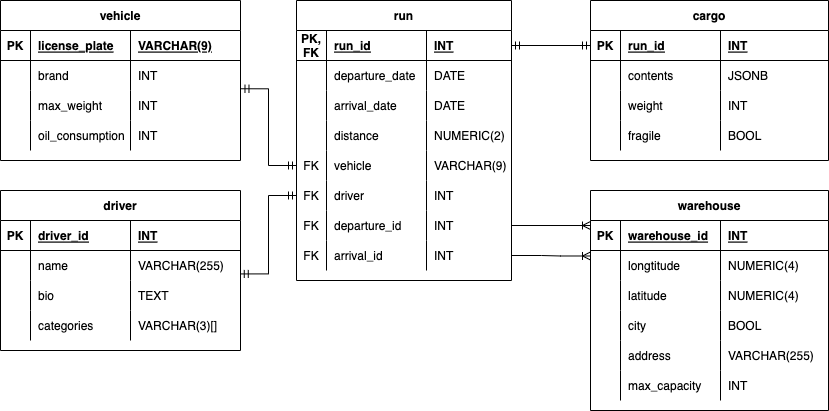
Before: images/DB_LW3.drawio.png, a diagram exported from draw.io (DaMagus26/LW3_database_generator). Source tidied: cells renumbered, new cells last; positions are measured from the earlier drawing's top-left corner, leaving out a move shared by most shapes.
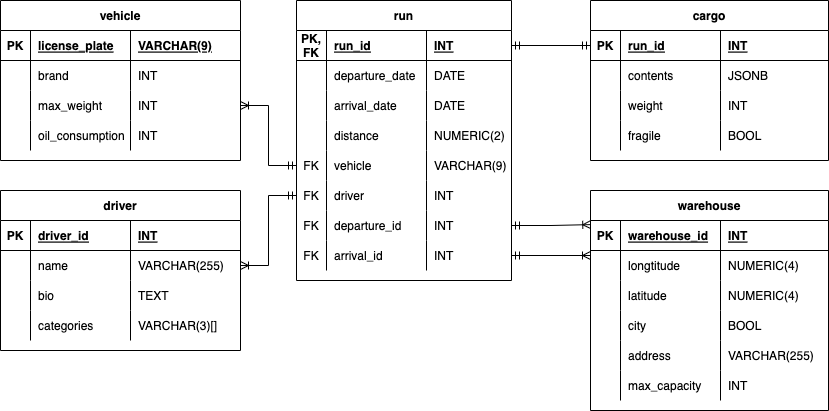
The same file after the commit.

What changed in the source:
```diff
@@ -329,23 +329,22 @@
     <mxCell id="110" value="INT" style="shape=partialRectangle;fillColor=none;top=0;left=0;bottom=0;right=0;align=left;spacingLeft=6;overflow=hidden;" parent="107" vertex="1">
       <mxGeometry x="130" width="108" height="30" as="geometry" />
     </mxCell>
+    <mxCell id="116" style="edgeStyle=orthogonalEdgeStyle;fontSize=12;html=1;endArrow=ERmandOne;startArrow=ERmandOne;rounded=0;exitX=1;exitY=0.5;exitDx=0;exitDy=0;entryX=0;entryY=0.5;entryDx=0;entryDy=0;" parent="1" edge="1" source="3" target="36">
+      <mxGeometry relative="1" as="geometry" />
+    </mxCell>
+    <mxCell id="117" style="edgeStyle=orthogonalEdgeStyle;fontSize=12;html=1;endArrow=ERoneToMany;startArrow=ERmandOne;rounded=0;entryX=1;entryY=0.5;entryDx=0;entryDy=0;exitX=0;exitY=0.5;exitDx=0;exitDy=0;" parent="1" edge="1" source="19" target="61">
+      <mxGeometry relative="1" as="geometry" />
+    </mxCell>
+    <mxCell id="118" style="edgeStyle=orthogonalEdgeStyle;fontSize=12;html=1;endArrow=ERoneToMany;startArrow=ERmandOne;rounded=0;entryX=1;entryY=0.5;entryDx=0;entryDy=0;exitX=0;exitY=0.5;exitDx=0;exitDy=0;" parent="1" edge="1" source="23" target="74">
+      <mxGeometry relative="1" as="geometry" />
+    </mxCell>
-    <mxCell id="111" style="edgeStyle=orthogonalEdgeStyle;fontSize=12;html=1;endArrow=ERoneToMany;rounded=0;exitX=1;exitY=0.5;exitDx=0;exitDy=0;entryX=0;entryY=0.167;entryDx=0;entryDy=0;entryPerimeter=0;curved=1;" parent="1" edge="1" source="27" target="87">
+    <mxCell id="111" style="edgeStyle=orthogonalEdgeStyle;fontSize=12;html=1;endArrow=ERoneToMany;startArrow=ERmandOne;rounded=0;entryX=0.001;entryY=0.137;entryDx=0;entryDy=0;exitX=1;exitY=0.5;exitDx=0;exitDy=0;entryPerimeter=0;" parent="1" edge="1" source="27" target="87">
       <mxGeometry relative="1" as="geometry" />
     </mxCell>
-    <mxCell id="112" style="edgeStyle=entityRelationEdgeStyle;fontSize=12;html=1;endArrow=ERoneToMany;rounded=0;exitX=1;exitY=0.5;exitDx=0;exitDy=0;entryX=0;entryY=0.183;entryDx=0;entryDy=0;entryPerimeter=0;" parent="1" edge="1" source="31" target="91">
-      <mxGeometry relative="1" as="geometry" />
-    </mxCell>
-    <mxCell id="113" style="edgeStyle=entityRelationEdgeStyle;fontSize=12;html=1;endArrow=ERmandOne;startArrow=ERmandOne;rounded=0;entryX=1;entryY=0.5;entryDx=0;entryDy=0;exitX=-0.003;exitY=1.065;exitDx=0;exitDy=0;exitPerimeter=0;" parent="1" edge="1" source="40" target="x">
-      <mxGeometry relative="1" as="geometry" />
-    </mxCell>
-    <mxCell id="114" style="edgeStyle=orthogonalEdgeStyle;fontSize=12;html=1;endArrow=ERmandOne;startArrow=ERmandOne;rounded=0;entryX=0;entryY=0.5;entryDx=0;entryDy=0;exitX=1.002;exitY=0.942;exitDx=0;exitDy=0;exitPerimeter=0;" parent="1" edge="1" source="57" target="19">
-      <mxGeometry relative="1" as="geometry" />
-    </mxCell>
-    <mxCell id="115" style="edgeStyle=orthogonalEdgeStyle;fontSize=12;html=1;endArrow=ERmandOne;startArrow=ERmandOne;rounded=0;entryX=0;entryY=0.5;entryDx=0;entryDy=0;exitX=0.999;exitY=0.781;exitDx=0;exitDy=0;exitPerimeter=0;" parent="1" edge="1" source="74" target="23">
-      <mxGeometry relative="1" as="geometry" />
-    </mxCell>
-    <mxCell id="116" style="edgeStyle=orthogonalEdgeStyle;fontSize=12;html=1;endArrow=ERmandOne;startArrow=ERmandOne;rounded=0;exitX=1;exitY=0.5;exitDx=0;exitDy=0;entryX=0;entryY=0.5;entryDx=0;entryDy=0;" parent="1" edge="1" source="3" target="36">
-      <mxGeometry relative="1" as="geometry" />
-    </mxCell>
+    <mxCell id="119" style="edgeStyle=orthogonalEdgeStyle;fontSize=12;html=1;endArrow=ERoneToMany;startArrow=ERmandOne;rounded=0;exitX=1;exitY=0.5;exitDx=0;exitDy=0;" parent="1" edge="1" source="31">
+      <mxGeometry relative="1" as="geometry">
+        <mxPoint x="590" y="255" as="targetPoint" />
+      </mxGeometry>
+    </mxCell>
   </root>
 </mxGraphModel>
```
